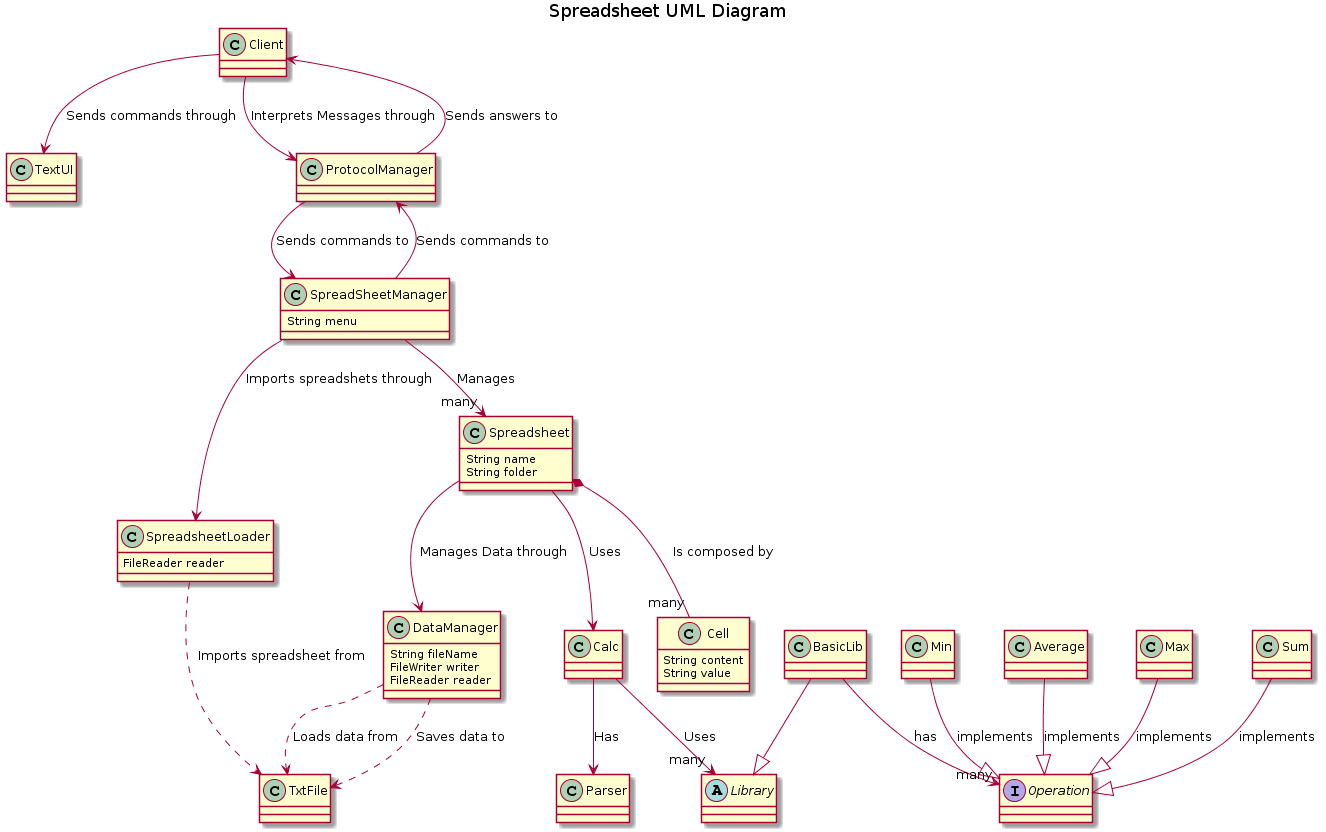
RogerAylagas/MATT-ARQSOFT keeps this PlantUML diagram as docs/domain_model_spreadsheet.png. Above is the earlier version. The source it was exported from:
```plantuml
@startuml
title Spreadsheet UML Diagram

class Client
class TextUI
class ProtocolManager
class Spreadsheet{
    String name
    String folder
}
class Cell{
    String content
    String value
}
class TxtFile
abstract class Library
class BasicLib
class DataManager{
    String fileName
    FileWriter writer
    FileReader reader
}
class SpreadsheetLoader{
    FileReader reader
}
class SpreadSheetManager{
    String menu
}
class Calc
class Parser
interface Operation
class Sum
class Min
class Average
class Max

Client --> TextUI : Sends commands through
Client --> ProtocolManager: Interprets Messages through
Client <-- ProtocolManager: Sends answers to
ProtocolManager --> SpreadSheetManager: Sends commands to
SpreadSheetManager --> ProtocolManager: Sends commands to
SpreadSheetManager --> "many" Spreadsheet: Manages
Spreadsheet --> DataManager: Manages Data through
Spreadsheet *-- "many" Cell: Is composed by
Spreadsheet --> Calc: Uses
DataManager ..> TxtFile: Loads data from
DataManager ..> TxtFile: Saves data to
BasicLib --|> Library
BasicLib --> "many" Operation: has
Sum --|> Operation: implements
Average --|> Operation: implements
Min --|> Operation: implements
Max --|> Operation: implements
SpreadSheetManager --> SpreadsheetLoader: Imports spreadshets through
SpreadsheetLoader ..> TxtFile: Imports spreadsheet from
Calc --> "many" Library: Uses
Calc --> Parser: Has
@enduml
```
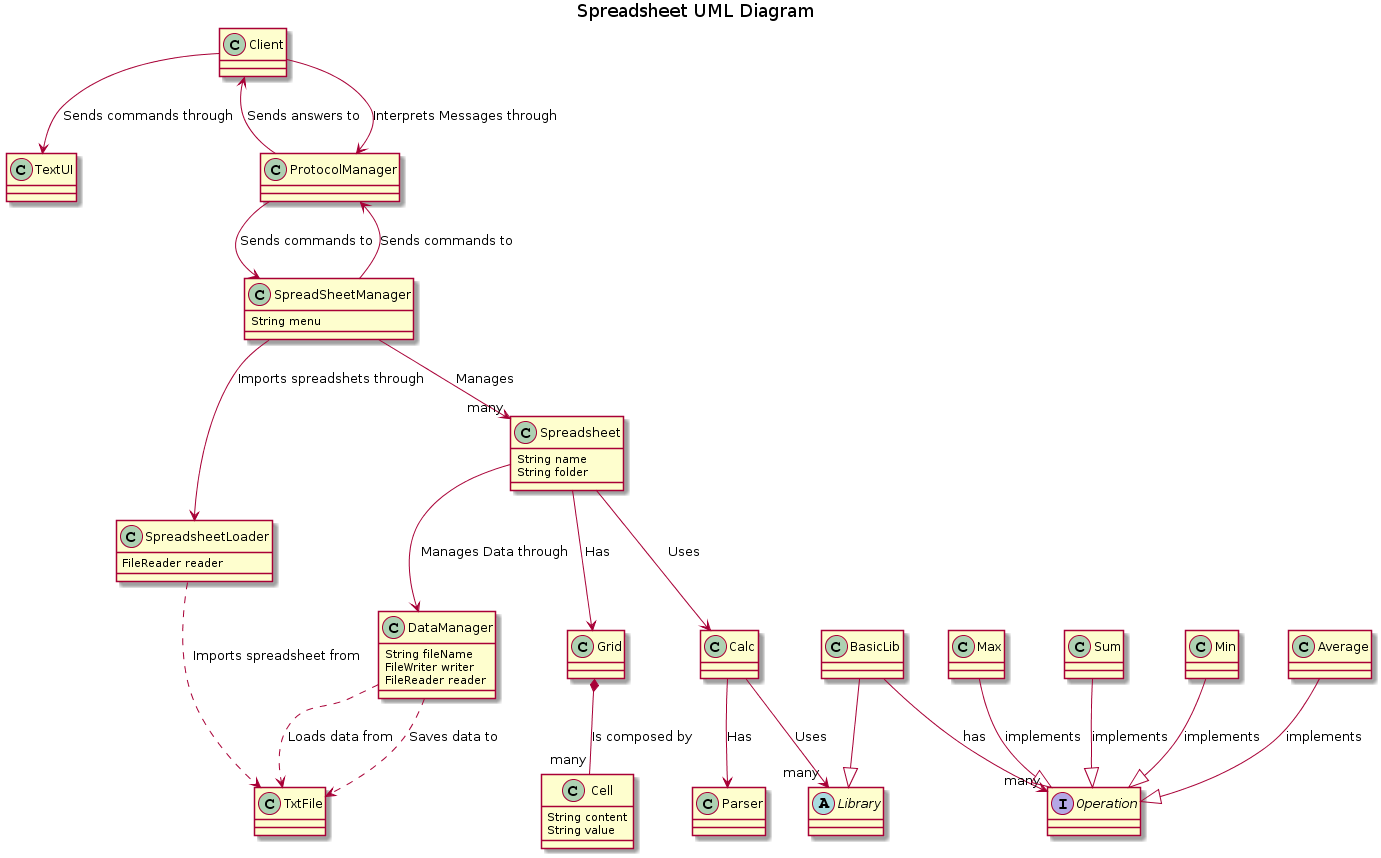
The same file after the commit.

Commit message:
Updated Class Diagram

The edit, as a diff of the source:
```diff
@@ -27,6 +27,7 @@
     String menu
 }
 class Calc
+class Grid
 class Parser
 interface Operation
 class Sum
@@ -41,7 +42,8 @@
 SpreadSheetManager --> ProtocolManager: Sends commands to
 SpreadSheetManager --> "many" Spreadsheet: Manages
 Spreadsheet --> DataManager: Manages Data through
-Spreadsheet *-- "many" Cell: Is composed by
+Spreadsheet --> Grid : Has
+Grid *-- "many" Cell: Is composed by
 Spreadsheet --> Calc: Uses
 DataManager ..> TxtFile: Loads data from
 DataManager ..> TxtFile: Saves data to
```
